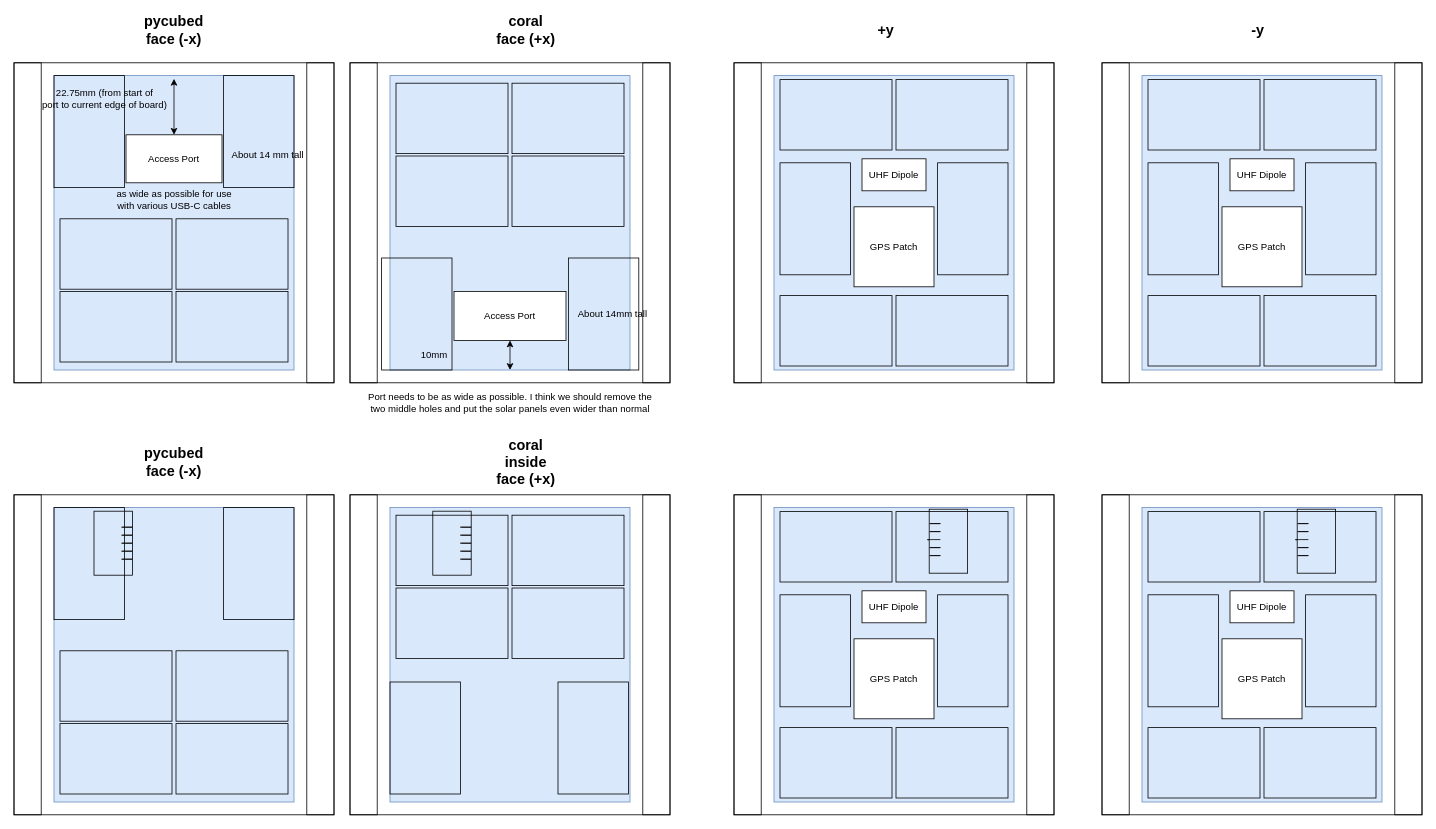
stanford-ssi/sapling-systems keeps this draw.io diagram as page "Rev 2" (5 of 5) of trades/solar_panel_arrangement/Solar Panel Arrangement.drawio. Above is the earlier version. Source tidied: cells renumbered, new cells numbered last; positions are measured from the earlier drawing's top-left corner, leaving out a move shared by most shapes. Both pictures are drawn from the tidied source at 80%, with x=0, y=0 at pixel (14, 22).
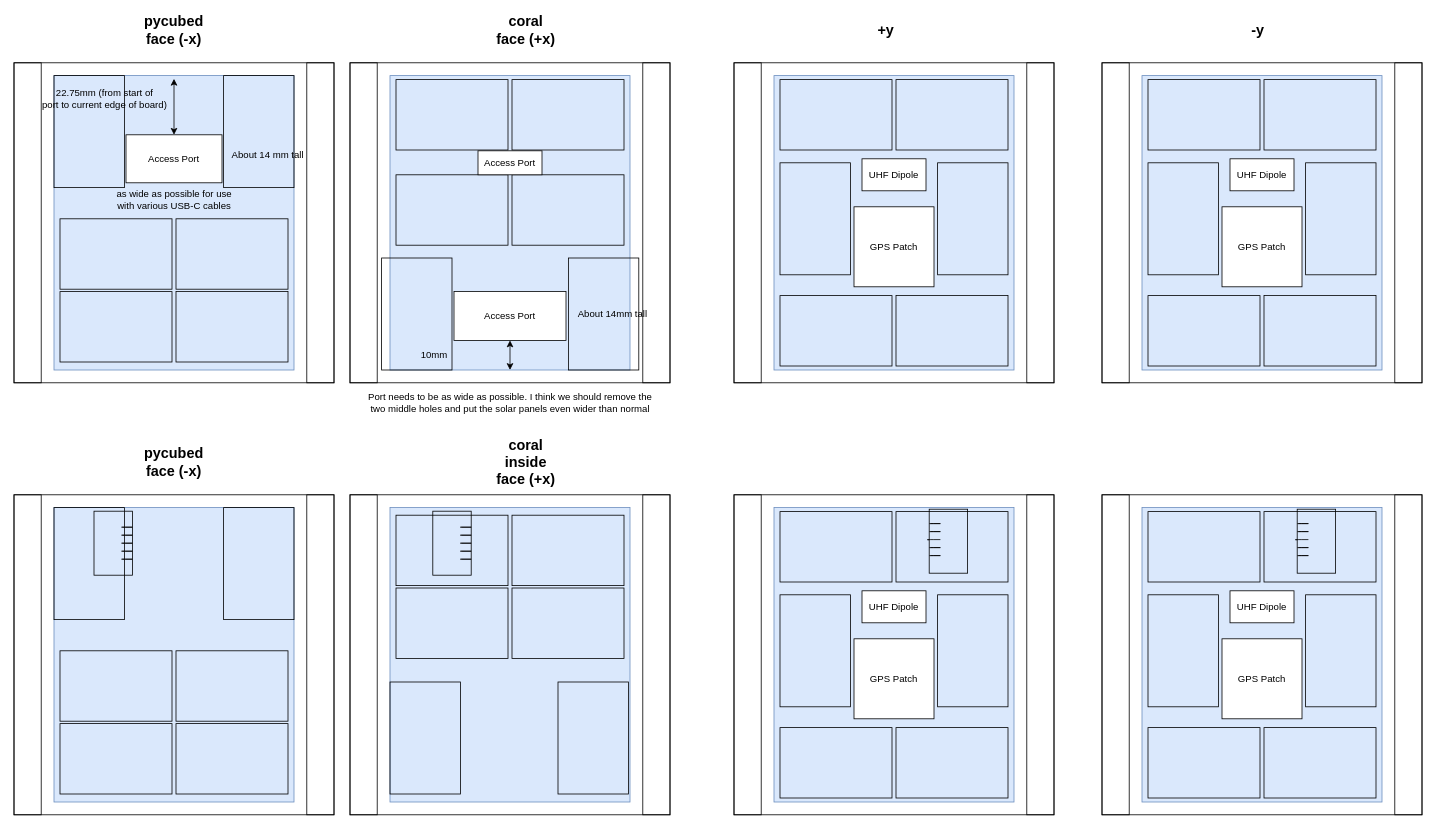
The same page after the edit.

Commit message:
rev 0.5 solar panel arrangement

Change to the diagram source:
```diff
@@
     <mxCell id="23" style="rounded=0;whiteSpace=wrap;html=1;fillColor=none;fontSize=10;direction=west;" parent="1" vertex="1">
-      <mxGeometry x="477.5" y="166.5" width="140" height="88" as="geometry" />
+      <mxGeometry x="477.5" y="190" width="140" height="88" as="geometry" />
     </mxCell>
     <mxCell id="24" style="rounded=0;whiteSpace=wrap;html=1;fillColor=none;fontSize=10;" parent="1" vertex="1">
-      <mxGeometry x="477.5" y="75.5" width="140" height="88" as="geometry" />
+      <mxGeometry x="477.5" y="71" width="140" height="88" as="geometry" />
     </mxCell>
@@
     <mxCell id="26" style="rounded=0;whiteSpace=wrap;html=1;fillColor=none;fontSize=10;" parent="1" vertex="1">
-      <mxGeometry x="622.5" y="75.5" width="140" height="88" as="geometry" />
+      <mxGeometry x="622.5" y="71" width="140" height="88" as="geometry" />
     </mxCell>
     <mxCell id="27" style="rounded=0;whiteSpace=wrap;html=1;fillColor=none;fontSize=10;direction=east;" parent="1" vertex="1">
-      <mxGeometry x="622.5" y="166.5" width="140" height="88" as="geometry" />
+      <mxGeometry x="622.5" y="190" width="140" height="88" as="geometry" />
     </mxCell>
@@
+    <mxCell id="139" value="Access Port" style="rounded=0;whiteSpace=wrap;html=1;" parent="1" vertex="1">
+      <mxGeometry x="580" y="160" width="80" height="30" as="geometry" />
+    </mxCell>
```
